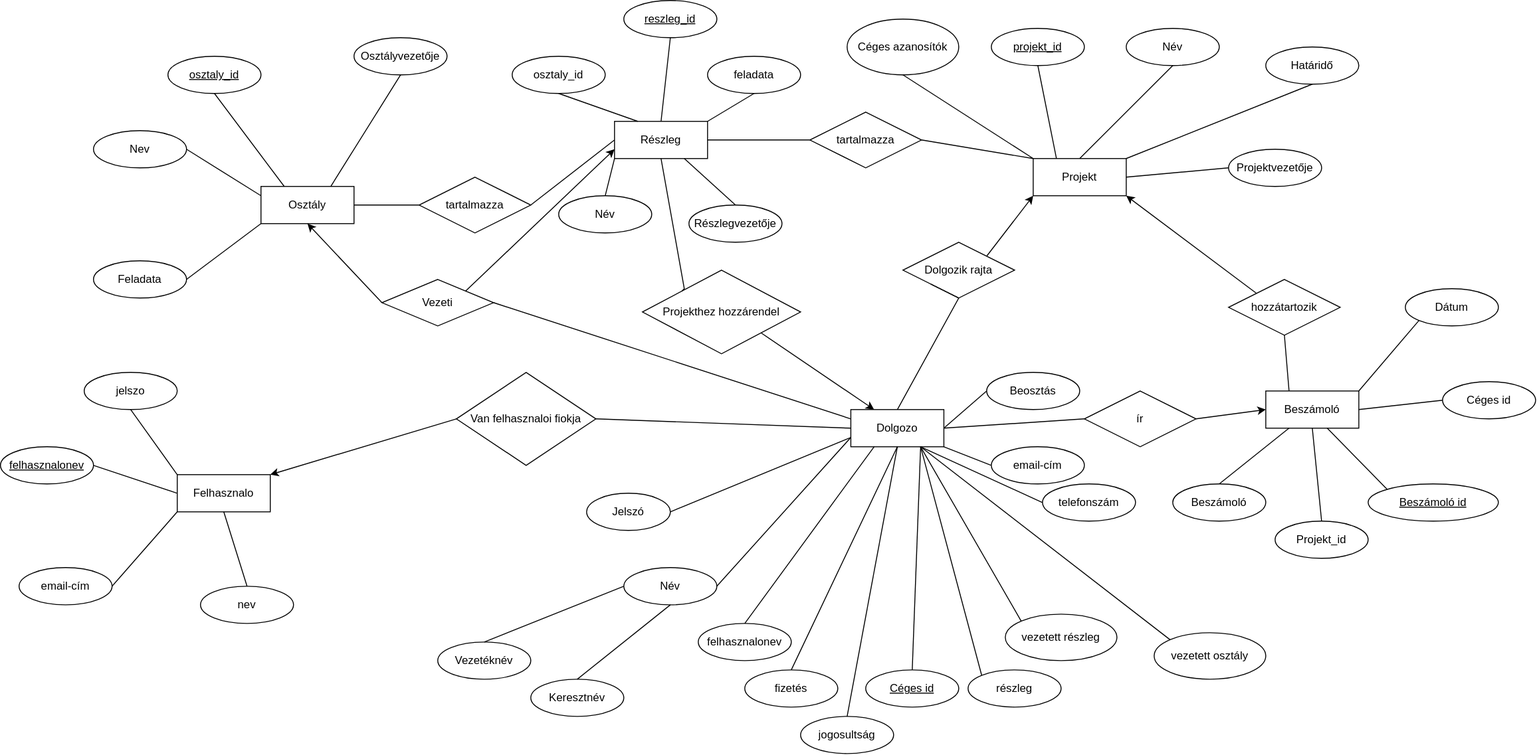
Above: adatb.drawio.svg in Alfonz33/adatbazis-projektmunka (draw.io), before the change. Source tidied: cells renumbered, new cells last; positions are measured from the earlier drawing's top-left corner, leaving out a move shared by most shapes.
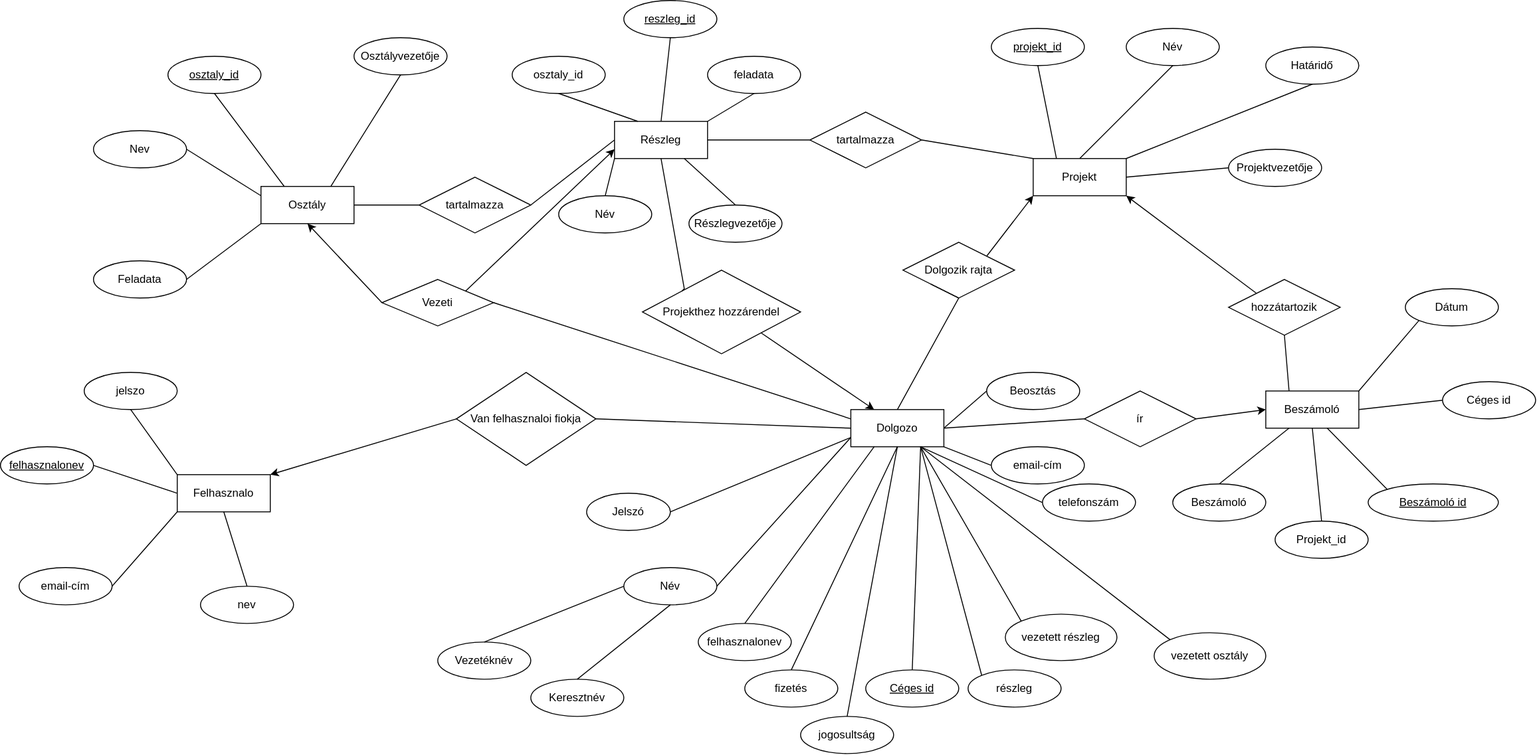
The same file after the commit.

What changed in the source:
```diff
@@ -292,12 +292,6 @@
     <mxCell id="95" style="endArrow=none;html=1;rounded=0;exitX=0.75;exitY=1;exitDx=0;exitDy=0;entryX=0;entryY=0;entryDx=0;entryDy=0;" parent="1" edge="1" source="2" target="94">
       <mxGeometry relative="1" as="geometry" />
     </mxCell>
-    <mxCell id="96" value="Céges azanosítók" style="ellipse;whiteSpace=wrap;html=1;align=center;" parent="1" vertex="1">
-      <mxGeometry x="910" y="20" width="120" height="60" as="geometry" />
-    </mxCell>
-    <mxCell id="97" style="endArrow=none;html=1;rounded=0;exitX=0.5;exitY=1;exitDx=0;exitDy=0;entryX=0;entryY=0;entryDx=0;entryDy=0;" parent="1" edge="1" source="96" target="8">
-      <mxGeometry relative="1" as="geometry" />
-    </mxCell>
     <mxCell id="98" value="Dátum" style="ellipse;whiteSpace=wrap;html=1;align=center;" parent="1" vertex="1">
       <mxGeometry x="1510" y="310" width="100" height="40" as="geometry" />
     </mxCell>
```
